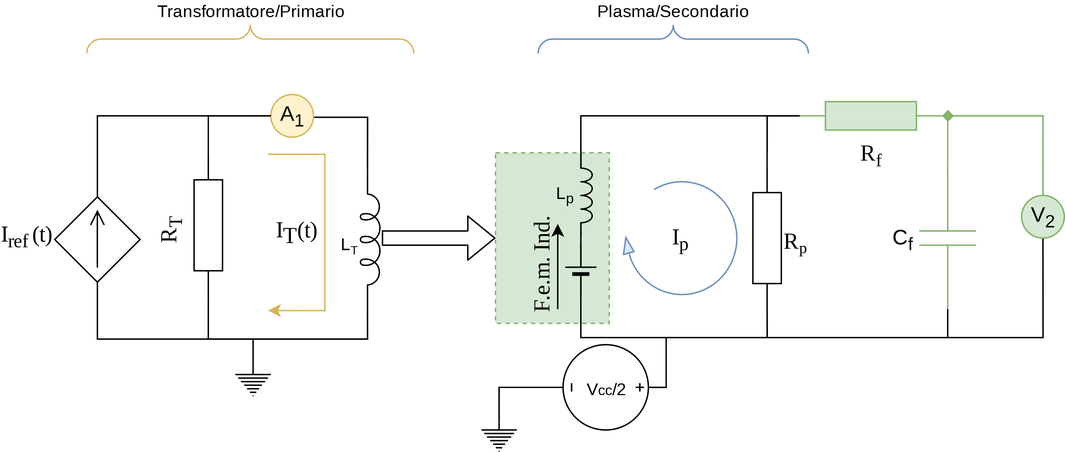
Alfystar/fusionLab keeps this draw.io diagram as PresentazioneTesi/Pictures/Trasformatore/PlasmaCircuit-MisureCircuitOffset-Current.drawio.png. Above is the earlier version. Source tidied: cells renumbered, new cells last; positions are measured from the earlier drawing's top-left corner, leaving out a move shared by most shapes. Source of this version:
```xml
<mxGraphModel>
  <root>
    <mxCell id="0" />
    <mxCell id="1" parent="0" />
    <mxCell id="2" value="I&lt;sub&gt;p&lt;/sub&gt;" style="verticalLabelPosition=middle;html=1;verticalAlign=middle;strokeWidth=1;shape=mxgraph.lean_mapping.physical_pull;rounded=1;shadow=0;comic=0;labelBackgroundColor=none;fillColor=#dae8fc;fontFamily=Verdana;fontSize=16;align=center;flipH=1;labelPosition=center;strokeColor=#6c8ebf;" parent="1" vertex="1">
      <mxGeometry x="400" y="110" width="80" height="80" as="geometry" />
    </mxCell>
    <mxCell id="3" style="group;" parent="1" vertex="1">
      <mxGeometry x="491" y="100" width="60" height="100" as="geometry" />
    </mxCell>
    <mxCell id="4" style="verticalLabelPosition=bottom;shadow=0;dashed=0;align=center;html=1;verticalAlign=top;strokeWidth=1;shape=mxgraph.electrical.resistors.resistor_1;rounded=1;comic=0;labelBackgroundColor=none;fontFamily=Verdana;fontSize=12;rotation=-90;" parent="3" vertex="1">
      <mxGeometry x="-40" y="40" width="100" height="20" as="geometry" />
    </mxCell>
    <mxCell id="5" value="R&lt;span style=&quot;font-size: 13.3333px&quot;&gt;&lt;sub&gt;p&lt;/sub&gt;&lt;/span&gt;" style="text;html=1;align=left;verticalAlign=top;spacingTop=-4;fontSize=16;fontFamily=Verdana;" parent="3" vertex="1">
      <mxGeometry x="20" y="40" width="30" height="30" as="geometry" />
    </mxCell>
    <mxCell id="6" style="edgeStyle=orthogonalEdgeStyle;rounded=0;jettySize=auto;html=1;exitX=0.5;exitY=0;exitDx=0;exitDy=0;exitPerimeter=0;endArrow=none;endFill=0;startArrow=none;" parent="1" edge="1" source="28">
      <mxGeometry relative="1" as="geometry">
        <mxPoint x="430" y="220" as="targetPoint" />
      </mxGeometry>
    </mxCell>
    <mxCell id="7" style="verticalLabelPosition=bottom;shadow=0;dashed=0;align=center;html=1;verticalAlign=top;shape=mxgraph.electrical.signal_sources.protective_earth;" parent="1" vertex="1">
      <mxGeometry x="300" y="280" width="25" height="20" as="geometry" />
    </mxCell>
    <mxCell id="8" style="rounded=0;whiteSpace=wrap;html=1;fillColor=#d5e8d4;dashed=1;strokeColor=#82b366;" parent="1" vertex="1">
      <mxGeometry x="310" y="90" width="80" height="120" as="geometry" />
    </mxCell>
    <mxCell id="9" style="group;" parent="1" vertex="1">
      <mxGeometry x="340" y="120" width="77.5" height="105" as="geometry" />
    </mxCell>
    <mxCell id="10" style="group;" parent="9" vertex="1">
      <mxGeometry x="13.8" y="20" width="27.2" height="60" as="geometry" />
    </mxCell>
    <mxCell id="11" style="verticalLabelPosition=bottom;shadow=0;dashed=0;align=center;fillColor=#000000;html=1;verticalAlign=top;strokeWidth=1;shape=mxgraph.electrical.miscellaneous.monocell_battery;rounded=1;comic=0;labelBackgroundColor=none;fontFamily=Verdana;fontSize=12;rotation=-90;" parent="10" vertex="1">
      <mxGeometry x="-3.8" y="21.5" width="40" height="22" as="geometry" />
    </mxCell>
    <mxCell id="12" value="F.e.m. Ind." style="endArrow=classic;html=1;labelBackgroundColor=none;strokeWidth=1;fontFamily=Verdana;fontSize=16;horizontal=0;verticalAlign=top;spacingTop=-12;" parent="10" edge="1">
      <mxGeometry x="-0.14" y="20" relative="1" as="geometry">
        <mxPoint y="60" as="sourcePoint" />
        <mxPoint as="targetPoint" />
      </mxGeometry>
    </mxCell>
    <mxCell id="13" value="L&lt;sub&gt;p&lt;/sub&gt;" style="verticalLabelPosition=bottom;shadow=0;dashed=0;align=center;html=1;verticalAlign=top;shape=mxgraph.electrical.inductors.inductor_3;direction=south;spacingLeft=-30;spacingTop=-45;" parent="1" vertex="1">
      <mxGeometry x="370" y="90" width="8" height="60" as="geometry" />
    </mxCell>
    <mxCell id="14" style="edgeStyle=orthogonalEdgeStyle;rounded=0;jettySize=auto;html=1;exitX=1;exitY=0.5;exitDx=0;exitDy=0;exitPerimeter=0;entryX=1;entryY=1;entryDx=0;entryDy=0;entryPerimeter=0;endArrow=none;endFill=0;" parent="1" edge="1" source="11" target="13">
      <mxGeometry relative="1" as="geometry" />
    </mxCell>
    <mxCell id="15" style="edgeStyle=orthogonalEdgeStyle;rounded=0;jettySize=auto;html=1;exitX=0;exitY=0.5;exitDx=0;exitDy=0;exitPerimeter=0;entryX=0;entryY=0.5;entryDx=0;entryDy=0;entryPerimeter=0;endArrow=none;endFill=0;" parent="1" edge="1" source="4" target="11">
      <mxGeometry relative="1" as="geometry" />
    </mxCell>
    <mxCell id="16" style="shape=flexArrow;endArrow=classic;html=1;" parent="1" edge="1">
      <mxGeometry relative="1" as="geometry">
        <mxPoint x="230" y="150" as="sourcePoint" />
        <mxPoint x="310" y="150" as="targetPoint" />
      </mxGeometry>
    </mxCell>
    <mxCell id="17" style="edgeStyle=orthogonalEdgeStyle;rounded=0;jettySize=auto;html=1;exitX=1;exitY=0.5;exitDx=0;exitDy=0;exitPerimeter=0;entryX=0;entryY=0.5;entryDx=0;entryDy=0;entryPerimeter=0;endArrow=none;endFill=0;" parent="1" edge="1" source="4">
      <mxGeometry relative="1" as="geometry">
        <mxPoint x="524" y="64" as="targetPoint" />
        <Array as="points">
          <mxPoint x="501" y="64" />
        </Array>
      </mxGeometry>
    </mxCell>
    <mxCell id="18" style="edgeStyle=orthogonalEdgeStyle;rounded=0;jettySize=auto;html=1;exitX=1;exitY=0.5;exitDx=0;exitDy=0;exitPerimeter=0;entryX=0;entryY=0.5;entryDx=0;entryDy=0;entryPerimeter=0;fontSize=15;endArrow=none;endFill=0;" parent="1" edge="1" source="19" target="4">
      <mxGeometry relative="1" as="geometry" />
    </mxCell>
    <mxCell id="19" value="C&lt;sub&gt;f&lt;/sub&gt;" style="verticalLabelPosition=bottom;shadow=0;dashed=0;align=center;html=1;verticalAlign=top;shape=mxgraph.electrical.capacitors.capacitor_1;fontSize=15;fillColor=#d5e8d4;direction=south;spacingTop=-66;spacingLeft=-65;strokeColor=#82b366;" parent="1" vertex="1">
      <mxGeometry x="608" y="100" width="40" height="100" as="geometry" />
    </mxCell>
    <mxCell id="20" style="edgeStyle=orthogonalEdgeStyle;rounded=0;jettySize=auto;html=1;exitX=1;exitY=0.5;exitDx=0;exitDy=0;exitPerimeter=0;entryX=0;entryY=0.5;entryDx=0;entryDy=0;entryPerimeter=0;fontSize=15;endArrow=none;endFill=0;fillColor=#d5e8d4;strokeColor=#82b366;" parent="1" edge="1" source="22" target="19">
      <mxGeometry relative="1" as="geometry" />
    </mxCell>
    <mxCell id="21" style="edgeStyle=orthogonalEdgeStyle;rounded=0;jettySize=auto;html=1;exitX=0;exitY=0.5;exitDx=0;exitDy=0;exitPerimeter=0;entryX=0.75;entryY=0;entryDx=0;entryDy=0;fontSize=15;endArrow=none;endFill=0;" parent="1" edge="1" source="22" target="8">
      <mxGeometry relative="1" as="geometry" />
    </mxCell>
    <mxCell id="22" value="&lt;span style=&quot;font-family: &amp;#34;verdana&amp;#34; ; font-size: 16px ; text-align: left&quot;&gt;R&lt;/span&gt;&lt;sub style=&quot;font-family: &amp;#34;verdana&amp;#34; ; text-align: left&quot;&gt;f&lt;/sub&gt;" style="verticalLabelPosition=bottom;shadow=0;dashed=0;align=center;html=1;verticalAlign=top;shape=mxgraph.electrical.resistors.resistor_1;fontSize=15;fillColor=#d5e8d4;strokeColor=#82b366;" parent="1" vertex="1">
      <mxGeometry x="524" y="54" width="100" height="20" as="geometry" />
    </mxCell>
    <mxCell id="23" style="edgeStyle=orthogonalEdgeStyle;rounded=0;jettySize=auto;html=1;exitX=1;exitY=0.5;exitDx=0;exitDy=0;fontSize=15;endArrow=none;endFill=0;exitPerimeter=0;entryX=0;entryY=0.5;entryDx=0;entryDy=0;fillColor=#d5e8d4;strokeColor=#82b366;startArrow=diamond;startFill=1;" parent="1" edge="1" source="22" target="25">
      <mxGeometry relative="1" as="geometry" />
    </mxCell>
    <mxCell id="24" style="edgeStyle=orthogonalEdgeStyle;rounded=0;jettySize=auto;html=1;exitX=1;exitY=0.5;exitDx=0;exitDy=0;entryX=1;entryY=0.5;entryDx=0;entryDy=0;entryPerimeter=0;fontSize=15;endArrow=none;endFill=0;" parent="1" edge="1" source="25" target="19">
      <mxGeometry relative="1" as="geometry" />
    </mxCell>
    <mxCell id="25" value="V&lt;sub&gt;2&lt;/sub&gt;" style="verticalLabelPosition=middle;shadow=0;dashed=0;align=center;html=1;verticalAlign=middle;strokeWidth=1;shape=ellipse;fontSize=15;fillColor=#d5e8d4;strokeColor=#82b366;direction=south;" parent="1" vertex="1">
      <mxGeometry x="680" y="120" width="30" height="30" as="geometry" />
    </mxCell>
    <mxCell id="26" value="Transformatore/Primario" style="verticalLabelPosition=bottom;shadow=0;dashed=0;align=center;html=1;verticalAlign=bottom;strokeWidth=1;shape=mxgraph.mockup.markup.curlyBrace;strokeColor=#d6b656;spacingTop=0;spacingBottom=40;spacingLeft=0;fillColor=#fff2cc;" parent="1" vertex="1">
      <mxGeometry x="22.5" width="230" height="20" as="geometry" />
    </mxCell>
    <mxCell id="27" value="Plasma/Secondario" style="verticalLabelPosition=bottom;shadow=0;dashed=0;align=center;html=1;verticalAlign=bottom;strokeWidth=1;shape=mxgraph.mockup.markup.curlyBrace;strokeColor=#6c8ebf;spacingTop=0;spacingLeft=0;spacingBottom=40;fillColor=#dae8fc;" parent="1" vertex="1">
      <mxGeometry x="340" width="190" height="20" as="geometry" />
    </mxCell>
    <mxCell id="28" value="V&lt;span style=&quot;font-size: 10px&quot;&gt;cc&lt;/span&gt;/2" style="verticalLabelPosition=bottom;shadow=0;dashed=0;align=center;html=1;verticalAlign=top;shape=mxgraph.electrical.signal_sources.source;points=[[0.5,0,0],[1,0.5,0],[0.5,1,0],[0,0.5,0]];elSignalType=dc3;spacingBottom=0;spacingTop=-42;direction=south;" parent="1" vertex="1">
      <mxGeometry x="357.5" y="225" width="60" height="60" as="geometry" />
    </mxCell>
    <mxCell id="29" style="edgeStyle=orthogonalEdgeStyle;rounded=0;jettySize=auto;html=1;exitX=0.5;exitY=0;exitDx=0;exitDy=0;exitPerimeter=0;endArrow=none;endFill=0;" parent="1" edge="1" source="7" target="28">
      <mxGeometry relative="1" as="geometry" />
    </mxCell>
    <mxCell id="30" style="edgeStyle=orthogonalEdgeStyle;rounded=0;jettySize=auto;html=1;exitX=0.5;exitY=0;exitDx=0;exitDy=0;exitPerimeter=0;endArrow=none;endFill=0;" parent="1" edge="1" source="31">
      <mxGeometry relative="1" as="geometry">
        <mxPoint x="139.5" y="221" as="targetPoint" />
      </mxGeometry>
    </mxCell>
    <mxCell id="31" style="verticalLabelPosition=bottom;shadow=0;dashed=0;align=center;html=1;verticalAlign=top;shape=mxgraph.electrical.signal_sources.protective_earth;" parent="1" vertex="1">
      <mxGeometry x="127" y="241" width="25" height="20" as="geometry" />
    </mxCell>
    <mxCell id="32" style="edgeStyle=orthogonalEdgeStyle;rounded=0;jettySize=auto;html=1;exitX=1;exitY=0.5;exitDx=0;exitDy=0;entryX=0;entryY=0.645;entryDx=0;entryDy=0;entryPerimeter=0;endArrow=none;endFill=0;" parent="1" edge="1" target="34">
      <mxGeometry relative="1" as="geometry">
        <mxPoint x="182" y="65" as="sourcePoint" />
      </mxGeometry>
    </mxCell>
    <mxCell id="33" style="edgeStyle=orthogonalEdgeStyle;rounded=0;jettySize=auto;html=1;exitX=1;exitY=0.645;exitDx=0;exitDy=0;exitPerimeter=0;entryX=0.5;entryY=0;entryDx=0;entryDy=0;entryPerimeter=0;endArrow=none;endFill=0;" parent="1" edge="1" source="34" target="37">
      <mxGeometry relative="1" as="geometry" />
    </mxCell>
    <mxCell id="34" value="L&lt;span style=&quot;font-size: 10px&quot;&gt;&lt;sub&gt;T&lt;/sub&gt;&lt;/span&gt;" style="verticalLabelPosition=bottom;shadow=0;dashed=0;align=center;html=1;verticalAlign=top;shape=mxgraph.electrical.inductors.inductor_5;direction=south;spacingTop=-60;spacingLeft=-30;" parent="1" vertex="1">
      <mxGeometry x="215" y="101" width="14" height="100" as="geometry" />
    </mxCell>
    <mxCell id="35" value="A&lt;sub&gt;1&lt;/sub&gt;" style="verticalLabelPosition=middle;shadow=0;dashed=0;align=center;html=1;verticalAlign=middle;strokeWidth=1;shape=ellipse;fontSize=15;fillColor=#fff2cc;strokeColor=#d6b656;" parent="1" vertex="1">
      <mxGeometry x="152" y="49" width="30" height="30" as="geometry" />
    </mxCell>
    <mxCell id="36" style="edgeStyle=orthogonalEdgeStyle;rounded=0;jettySize=auto;html=1;exitX=0.5;exitY=1;exitDx=0;exitDy=0;exitPerimeter=0;entryX=0;entryY=0.5;entryDx=0;entryDy=0;endArrow=none;endFill=0;startArrow=none;" parent="1" edge="1" source="37" target="35">
      <mxGeometry relative="1" as="geometry">
        <Array as="points">
          <mxPoint x="30" y="64" />
        </Array>
      </mxGeometry>
    </mxCell>
    <mxCell id="37" value="I&lt;sub&gt;ref&amp;nbsp;&lt;/sub&gt;(t)" style="verticalLabelPosition=bottom;shadow=0;dashed=0;align=center;html=1;verticalAlign=top;shape=mxgraph.electrical.signal_sources.source;points=[[0.5,0,0],[1,0.5,0],[0.5,1,0],[0,0.5,0]];elSignalType=dc2;elSourceType=dependent;direction=west;horizontal=1;spacingLeft=-100;spacingBottom=0;spacingTop=-50;fontSize=16;fontFamily=Verdana;" parent="1" vertex="1">
      <mxGeometry y="121" width="60" height="60" as="geometry" />
    </mxCell>
    <mxCell id="38" style="group;rotation=0;" parent="1" vertex="1">
      <mxGeometry x="70" y="91" width="48" height="100" as="geometry" />
    </mxCell>
    <mxCell id="39" style="verticalLabelPosition=bottom;shadow=0;dashed=0;align=center;html=1;verticalAlign=top;strokeWidth=1;shape=mxgraph.electrical.resistors.resistor_1;rounded=1;comic=0;labelBackgroundColor=none;fontFamily=Verdana;fontSize=12;rotation=-90;" parent="38" vertex="1">
      <mxGeometry x="-12" y="40" width="100" height="20" as="geometry" />
    </mxCell>
    <mxCell id="40" value="R&lt;sub&gt;T&lt;/sub&gt;" style="text;html=1;align=left;verticalAlign=top;spacingTop=-4;fontSize=16;fontFamily=Verdana;rotation=-90;" parent="38" vertex="1">
      <mxGeometry x="-2" y="35" width="30" height="30" as="geometry" />
    </mxCell>
    <mxCell id="41" style="edgeStyle=orthogonalEdgeStyle;rounded=0;jettySize=auto;html=1;exitX=0;exitY=0.5;exitDx=0;exitDy=0;exitPerimeter=0;fontSize=16;endArrow=none;endFill=0;entryX=1;entryY=0.645;entryDx=0;entryDy=0;entryPerimeter=0;" parent="1" edge="1" source="39" target="34">
      <mxGeometry relative="1" as="geometry">
        <Array as="points">
          <mxPoint x="108" y="221" />
          <mxPoint x="220" y="221" />
        </Array>
      </mxGeometry>
    </mxCell>
    <mxCell id="42" style="endArrow=classic;html=1;rounded=0;fontFamily=Verdana;fontSize=16;edgeStyle=orthogonalEdgeStyle;fillColor=#fff2cc;strokeColor=#d6b656;" parent="1" edge="1">
      <mxGeometry relative="1" as="geometry">
        <mxPoint x="150" y="91" as="sourcePoint" />
        <mxPoint x="150" y="201" as="targetPoint" />
        <Array as="points">
          <mxPoint x="190" y="91" />
          <mxPoint x="190" y="201" />
        </Array>
      </mxGeometry>
    </mxCell>
    <mxCell id="43" value="&lt;span style=&quot;color: rgb(0 , 0 , 0) ; font-family: &amp;#34;verdana&amp;#34; ; font-size: 16px ; font-style: normal ; font-weight: 400 ; letter-spacing: normal ; text-align: center ; text-indent: 0px ; text-transform: none ; word-spacing: 0px ; background-color: rgb(255 , 255 , 255) ; display: inline ; float: none&quot;&gt;I&lt;/span&gt;&lt;font style=&quot;color: rgb(0 , 0 , 0) ; font-family: &amp;#34;verdana&amp;#34; ; font-size: 16px ; font-style: normal ; font-weight: 400 ; letter-spacing: normal ; text-align: center ; text-indent: 0px ; text-transform: none ; word-spacing: 0px&quot;&gt;&lt;sub style=&quot;font-size: 16px&quot;&gt;T&lt;/sub&gt;&lt;/font&gt;&lt;span style=&quot;font-family: &amp;#34;verdana&amp;#34;&quot;&gt;(t)&lt;/span&gt;" style="edgeLabel;html=1;align=center;verticalAlign=middle;fontFamily=Verdana;fontSize=16;" parent="42" vertex="1">
      <mxGeometry relative="1" as="geometry">
        <mxPoint x="-20" as="offset" />
      </mxGeometry>
    </mxCell>
    <mxCell id="44" style="edgeStyle=orthogonalEdgeStyle;rounded=0;jettySize=auto;html=1;exitX=1;exitY=0.5;exitDx=0;exitDy=0;exitPerimeter=0;entryX=0;entryY=0.5;entryDx=0;entryDy=0;fontFamily=Verdana;fontSize=16;endArrow=none;endFill=0;" parent="1" edge="1" source="39" target="35">
      <mxGeometry relative="1" as="geometry" />
    </mxCell>
  </root>
</mxGraphModel>
```
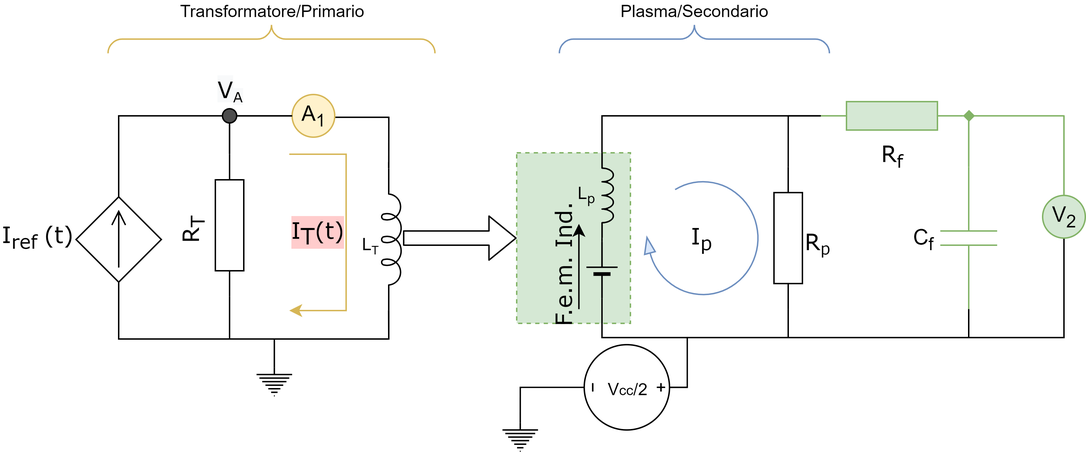
After the commit.

Diff of the diagram source:
```diff
@@ -128,7 +128,7 @@
         </Array>
       </mxGeometry>
     </mxCell>
-    <mxCell id="37" value="I&lt;sub&gt;ref&amp;nbsp;&lt;/sub&gt;(t)" style="verticalLabelPosition=bottom;shadow=0;dashed=0;align=center;html=1;verticalAlign=top;shape=mxgraph.electrical.signal_sources.source;points=[[0.5,0,0],[1,0.5,0],[0.5,1,0],[0,0.5,0]];elSignalType=dc2;elSourceType=dependent;direction=west;horizontal=1;spacingLeft=-100;spacingBottom=0;spacingTop=-50;fontSize=16;fontFamily=Verdana;" parent="1" vertex="1">
+    <mxCell id="37" value="I&lt;sub&gt;ref&amp;nbsp;&lt;/sub&gt;(t)" style="verticalLabelPosition=bottom;shadow=0;dashed=0;align=center;html=1;verticalAlign=top;shape=mxgraph.electrical.signal_sources.source;points=[[0.5,0,0],[1,0.5,0],[0.5,1,0],[0,0.5,0]];elSignalType=dc2;elSourceType=dependent;direction=west;horizontal=1;spacingLeft=-115;spacingBottom=0;spacingTop=-50;fontSize=16;fontFamily=Verdana;" parent="1" vertex="1">
       <mxGeometry y="121" width="60" height="60" as="geometry" />
     </mxCell>
     <mxCell id="38" style="group;rotation=0;" parent="1" vertex="1">
@@ -158,7 +158,7 @@
         </Array>
       </mxGeometry>
     </mxCell>
-    <mxCell id="43" value="&lt;span style=&quot;color: rgb(0 , 0 , 0) ; font-family: &amp;#34;verdana&amp;#34; ; font-size: 16px ; font-style: normal ; font-weight: 400 ; letter-spacing: normal ; text-align: center ; text-indent: 0px ; text-transform: none ; word-spacing: 0px ; background-color: rgb(255 , 255 , 255) ; display: inline ; float: none&quot;&gt;I&lt;/span&gt;&lt;font style=&quot;color: rgb(0 , 0 , 0) ; font-family: &amp;#34;verdana&amp;#34; ; font-size: 16px ; font-style: normal ; font-weight: 400 ; letter-spacing: normal ; text-align: center ; text-indent: 0px ; text-transform: none ; word-spacing: 0px&quot;&gt;&lt;sub style=&quot;font-size: 16px&quot;&gt;T&lt;/sub&gt;&lt;/font&gt;&lt;span style=&quot;font-family: &amp;#34;verdana&amp;#34;&quot;&gt;(t)&lt;/span&gt;" style="edgeLabel;html=1;align=center;verticalAlign=middle;fontFamily=Verdana;fontSize=16;" parent="42" vertex="1">
+    <mxCell id="43" value="&lt;span style=&quot;font-family: verdana; font-size: 16px; font-style: normal; font-weight: 400; letter-spacing: normal; text-align: center; text-indent: 0px; text-transform: none; word-spacing: 0px; display: inline; float: none;&quot;&gt;I&lt;/span&gt;&lt;font style=&quot;font-family: verdana; font-size: 16px; font-style: normal; font-weight: 400; letter-spacing: normal; text-align: center; text-indent: 0px; text-transform: none; word-spacing: 0px;&quot;&gt;&lt;sub style=&quot;font-size: 16px&quot;&gt;T&lt;/sub&gt;&lt;/font&gt;&lt;span style=&quot;font-family: &amp;quot;verdana&amp;quot;&quot;&gt;(t)&lt;/span&gt;" style="edgeLabel;html=1;align=center;verticalAlign=middle;fontFamily=Verdana;fontSize=16;fontColor=#000000;labelBackgroundColor=#FFCCCC;" parent="42" vertex="1">
       <mxGeometry relative="1" as="geometry">
         <mxPoint x="-20" as="offset" />
       </mxGeometry>
@@ -166,5 +166,14 @@
     <mxCell id="44" style="edgeStyle=orthogonalEdgeStyle;rounded=0;jettySize=auto;html=1;exitX=1;exitY=0.5;exitDx=0;exitDy=0;exitPerimeter=0;entryX=0;entryY=0.5;entryDx=0;entryDy=0;fontFamily=Verdana;fontSize=16;endArrow=none;endFill=0;" parent="1" edge="1" source="39" target="35">
       <mxGeometry relative="1" as="geometry" />
     </mxCell>
+    <mxCell id="45" style="group;" parent="1" vertex="1">
+      <mxGeometry x="98" y="29" width="20" height="40" as="geometry" />
+    </mxCell>
+    <mxCell id="46" style="ellipse;whiteSpace=wrap;html=1;fillColor=#4D4D4D;" parent="45" vertex="1">
+      <mxGeometry x="5" y="30" width="10" height="10" as="geometry" />
+    </mxCell>
+    <mxCell id="47" value="&lt;span style=&quot;color: rgb(0, 0, 0); font-family: verdana; font-size: 16px; font-style: normal; font-weight: 400; letter-spacing: normal; text-align: left; text-indent: 0px; text-transform: none; word-spacing: 0px; background-color: rgb(248, 249, 250); display: inline; float: none;&quot;&gt;V&lt;/span&gt;&lt;sub style=&quot;color: rgb(0, 0, 0); font-family: verdana; font-style: normal; font-weight: 400; letter-spacing: normal; text-align: left; text-indent: 0px; text-transform: none; word-spacing: 0px; background-color: rgb(248, 249, 250);&quot;&gt;A&lt;/sub&gt;" style="text;whiteSpace=wrap;html=1;" parent="45" vertex="1">
+      <mxGeometry width="20" height="20" as="geometry" />
+    </mxCell>
   </root>
 </mxGraphModel>
```
